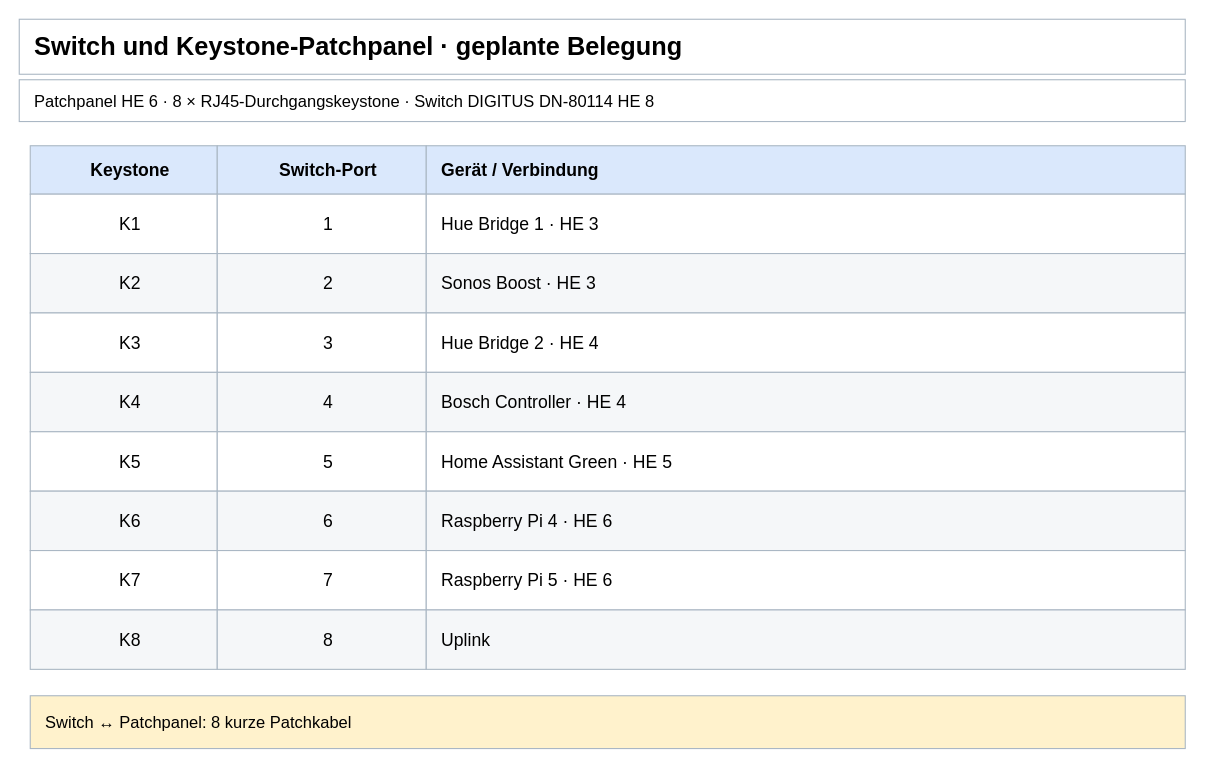
Before: page "Switch und Patchpanel" (5 of 5) of 10-zoll-rack-planung.drawio in tiptronic/diagrams, a draw.io diagram. Source tidied: cells renumbered, new cells numbered last; positions are measured from the earlier drawing's top-left corner, leaving out a move shared by most shapes. Both pictures are drawn from the tidied source at 110%, with x=0, y=0 at pixel (19, 19).
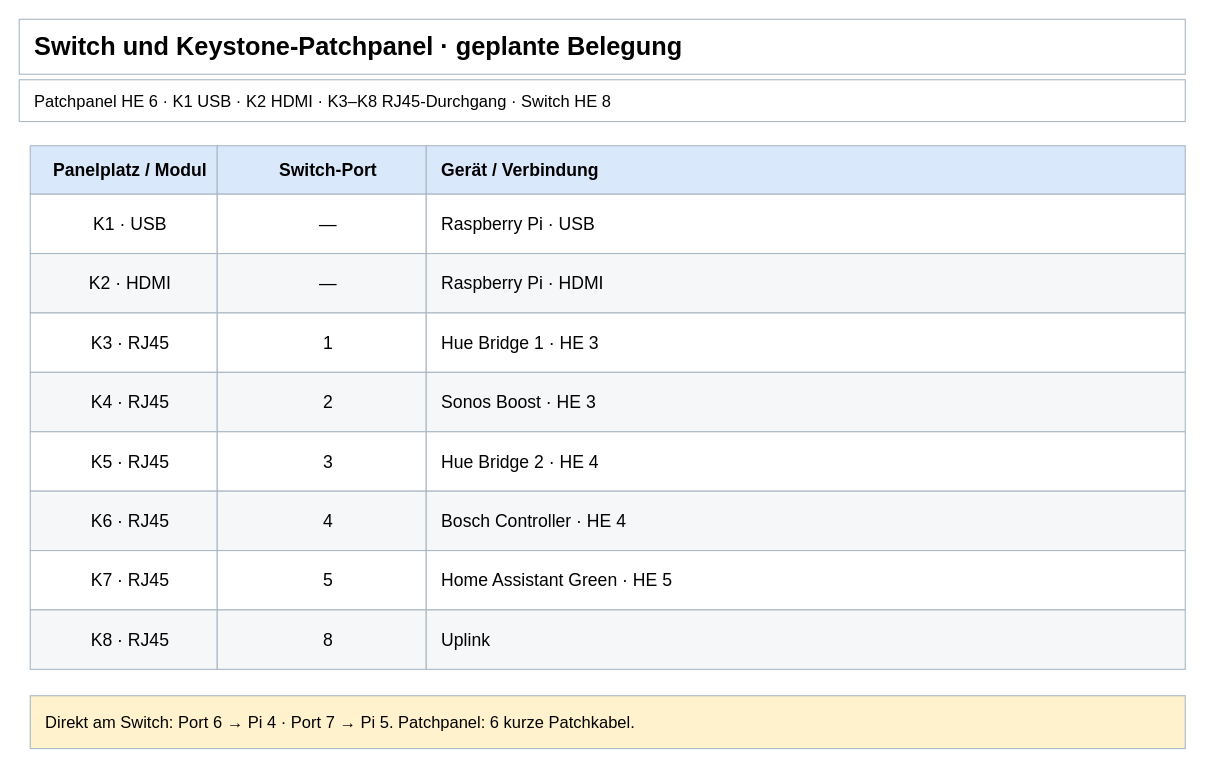
After the change.

Commit message (it also covers changes not shown here):
Reserve first patch panel slots for Pi USB and HDMI

Change to the diagram source:
```diff
@@
-    <mxCell id="3" value="Patchpanel HE 6 · 8 × RJ45-Durchgangskeystone · Switch DIGITUS DN-80114 HE 8" style="rounded=0;whiteSpace=wrap;html=1;align=left;verticalAlign=middle;spacingLeft=12;strokeWidth=1;fontSize=15;fillColor=#ffffff;strokeColor=#aab7c4;" parent="1" vertex="1">
+    <mxCell id="3" value="Patchpanel HE 6 · K1 USB · K2 HDMI · K3–K8 RJ45-Durchgang · Switch HE 8" style="rounded=0;whiteSpace=wrap;html=1;align=left;verticalAlign=middle;spacingLeft=12;strokeWidth=1;fontSize=15;fillColor=#ffffff;strokeColor=#aab7c4;" parent="1" vertex="1">
       <mxGeometry y="55" width="1060" height="38" as="geometry" />
     </mxCell>
-    <mxCell id="4" value="Keystone" style="rounded=0;whiteSpace=wrap;html=1;align=center;verticalAlign=middle;spacingLeft=12;strokeWidth=1;fontSize=16;fillColor=#dae8fc;strokeColor=#aab7c4;fontStyle=1;" parent="1" vertex="1">
+    <mxCell id="4" value="Panelplatz / Modul" style="rounded=0;whiteSpace=wrap;html=1;align=center;verticalAlign=middle;spacingLeft=12;strokeWidth=1;fontSize=16;fillColor=#dae8fc;strokeColor=#aab7c4;fontStyle=1;" parent="1" vertex="1">
       <mxGeometry x="10" y="115" width="170" height="44" as="geometry" />
     </mxCell>
@@
-    <mxCell id="7" value="K1" style="rounded=0;whiteSpace=wrap;html=1;align=center;verticalAlign=middle;spacingLeft=12;strokeWidth=1;fontSize=16;fillColor=#ffffff;strokeColor=#aab7c4;" parent="1" vertex="1">
+    <mxCell id="7" value="K1 · USB" style="rounded=0;whiteSpace=wrap;html=1;align=center;verticalAlign=middle;spacingLeft=12;strokeWidth=1;fontSize=16;fillColor=#ffffff;strokeColor=#aab7c4;" parent="1" vertex="1">
       <mxGeometry x="10" y="159" width="170" height="54" as="geometry" />
     </mxCell>
-    <mxCell id="8" value="1" style="rounded=0;whiteSpace=wrap;html=1;align=center;verticalAlign=middle;spacingLeft=12;strokeWidth=1;fontSize=16;fillColor=#ffffff;strokeColor=#aab7c4;" parent="1" vertex="1">
+    <mxCell id="8" value="—" style="rounded=0;whiteSpace=wrap;html=1;align=center;verticalAlign=middle;spacingLeft=12;strokeWidth=1;fontSize=16;fillColor=#ffffff;strokeColor=#aab7c4;" parent="1" vertex="1">
       <mxGeometry x="180" y="159" width="190" height="54" as="geometry" />
     </mxCell>
-    <mxCell id="9" value="Hue Bridge 1 · HE 3" style="rounded=0;whiteSpace=wrap;html=1;align=left;verticalAlign=middle;spacingLeft=12;strokeWidth=1;fontSize=16;fillColor=#ffffff;strokeColor=#aab7c4;" parent="1" vertex="1">
+    <mxCell id="9" value="Raspberry Pi · USB" style="rounded=0;whiteSpace=wrap;html=1;align=left;verticalAlign=middle;spacingLeft=12;strokeWidth=1;fontSize=16;fillColor=#ffffff;strokeColor=#aab7c4;" parent="1" vertex="1">
       <mxGeometry x="370" y="159" width="690" height="54" as="geometry" />
     </mxCell>
-    <mxCell id="10" value="K2" style="rounded=0;whiteSpace=wrap;html=1;align=center;verticalAlign=middle;spacingLeft=12;strokeWidth=1;fontSize=16;fillColor=#f5f7f9;strokeColor=#aab7c4;" parent="1" vertex="1">
+    <mxCell id="10" value="K2 · HDMI" style="rounded=0;whiteSpace=wrap;html=1;align=center;verticalAlign=middle;spacingLeft=12;strokeWidth=1;fontSize=16;fillColor=#f5f7f9;strokeColor=#aab7c4;" parent="1" vertex="1">
       <mxGeometry x="10" y="213" width="170" height="54" as="geometry" />
     </mxCell>
-    <mxCell id="11" value="2" style="rounded=0;whiteSpace=wrap;html=1;align=center;verticalAlign=middle;spacingLeft=12;strokeWidth=1;fontSize=16;fillColor=#f5f7f9;strokeColor=#aab7c4;" parent="1" vertex="1">
+    <mxCell id="11" value="—" style="rounded=0;whiteSpace=wrap;html=1;align=center;verticalAlign=middle;spacingLeft=12;strokeWidth=1;fontSize=16;fillColor=#f5f7f9;strokeColor=#aab7c4;" parent="1" vertex="1">
       <mxGeometry x="180" y="213" width="190" height="54" as="geometry" />
     </mxCell>
-    <mxCell id="12" value="Sonos Boost · HE 3" style="rounded=0;whiteSpace=wrap;html=1;align=left;verticalAlign=middle;spacingLeft=12;strokeWidth=1;fontSize=16;fillColor=#f5f7f9;strokeColor=#aab7c4;" parent="1" vertex="1">
+    <mxCell id="12" value="Raspberry Pi · HDMI" style="rounded=0;whiteSpace=wrap;html=1;align=left;verticalAlign=middle;spacingLeft=12;strokeWidth=1;fontSize=16;fillColor=#f5f7f9;strokeColor=#aab7c4;" parent="1" vertex="1">
       <mxGeometry x="370" y="213" width="690" height="54" as="geometry" />
     </mxCell>
-    <mxCell id="13" value="K3" style="rounded=0;whiteSpace=wrap;html=1;align=center;verticalAlign=middle;spacingLeft=12;strokeWidth=1;fontSize=16;fillColor=#ffffff;strokeColor=#aab7c4;" parent="1" vertex="1">
+    <mxCell id="13" value="K3 · RJ45" style="rounded=0;whiteSpace=wrap;html=1;align=center;verticalAlign=middle;spacingLeft=12;strokeWidth=1;fontSize=16;fillColor=#ffffff;strokeColor=#aab7c4;" parent="1" vertex="1">
       <mxGeometry x="10" y="267" width="170" height="54" as="geometry" />
     </mxCell>
-    <mxCell id="14" value="3" style="rounded=0;whiteSpace=wrap;html=1;align=center;verticalAlign=middle;spacingLeft=12;strokeWidth=1;fontSize=16;fillColor=#ffffff;strokeColor=#aab7c4;" parent="1" vertex="1">
+    <mxCell id="14" value="1" style="rounded=0;whiteSpace=wrap;html=1;align=center;verticalAlign=middle;spacingLeft=12;strokeWidth=1;fontSize=16;fillColor=#ffffff;strokeColor=#aab7c4;" parent="1" vertex="1">
       <mxGeometry x="180" y="267" width="190" height="54" as="geometry" />
     </mxCell>
-    <mxCell id="15" value="Hue Bridge 2 · HE 4" style="rounded=0;whiteSpace=wrap;html=1;align=left;verticalAlign=middle;spacingLeft=12;strokeWidth=1;fontSize=16;fillColor=#ffffff;strokeColor=#aab7c4;" parent="1" vertex="1">
+    <mxCell id="15" value="Hue Bridge 1 · HE 3" style="rounded=0;whiteSpace=wrap;html=1;align=left;verticalAlign=middle;spacingLeft=12;strokeWidth=1;fontSize=16;fillColor=#ffffff;strokeColor=#aab7c4;" parent="1" vertex="1">
       <mxGeometry x="370" y="267" width="690" height="54" as="geometry" />
     </mxCell>
-    <mxCell id="16" value="K4" style="rounded=0;whiteSpace=wrap;html=1;align=center;verticalAlign=middle;spacingLeft=12;strokeWidth=1;fontSize=16;fillColor=#f5f7f9;strokeColor=#aab7c4;" parent="1" vertex="1">
+    <mxCell id="16" value="K4 · RJ45" style="rounded=0;whiteSpace=wrap;html=1;align=center;verticalAlign=middle;spacingLeft=12;strokeWidth=1;fontSize=16;fillColor=#f5f7f9;strokeColor=#aab7c4;" parent="1" vertex="1">
       <mxGeometry x="10" y="321" width="170" height="54" as="geometry" />
     </mxCell>
-    <mxCell id="17" value="4" style="rounded=0;whiteSpace=wrap;html=1;align=center;verticalAlign=middle;spacingLeft=12;strokeWidth=1;fontSize=16;fillColor=#f5f7f9;strokeColor=#aab7c4;" parent="1" vertex="1">
+    <mxCell id="17" value="2" style="rounded=0;whiteSpace=wrap;html=1;align=center;verticalAlign=middle;spacingLeft=12;strokeWidth=1;fontSize=16;fillColor=#f5f7f9;strokeColor=#aab7c4;" parent="1" vertex="1">
       <mxGeometry x="180" y="321" width="190" height="54" as="geometry" />
     </mxCell>
-    <mxCell id="18" value="Bosch Controller · HE 4" style="rounded=0;whiteSpace=wrap;html=1;align=left;verticalAlign=middle;spacingLeft=12;strokeWidth=1;fontSize=16;fillColor=#f5f7f9;strokeColor=#aab7c4;" parent="1" vertex="1">
+    <mxCell id="18" value="Sonos Boost · HE 3" style="rounded=0;whiteSpace=wrap;html=1;align=left;verticalAlign=middle;spacingLeft=12;strokeWidth=1;fontSize=16;fillColor=#f5f7f9;strokeColor=#aab7c4;" parent="1" vertex="1">
       <mxGeometry x="370" y="321" width="690" height="54" as="geometry" />
     </mxCell>
-    <mxCell id="19" value="K5" style="rounded=0;whiteSpace=wrap;html=1;align=center;verticalAlign=middle;spacingLeft=12;strokeWidth=1;fontSize=16;fillColor=#ffffff;strokeColor=#aab7c4;" parent="1" vertex="1">
+    <mxCell id="19" value="K5 · RJ45" style="rounded=0;whiteSpace=wrap;html=1;align=center;verticalAlign=middle;spacingLeft=12;strokeWidth=1;fontSize=16;fillColor=#ffffff;strokeColor=#aab7c4;" parent="1" vertex="1">
       <mxGeometry x="10" y="375" width="170" height="54" as="geometry" />
     </mxCell>
-    <mxCell id="20" value="5" style="rounded=0;whiteSpace=wrap;html=1;align=center;verticalAlign=middle;spacingLeft=12;strokeWidth=1;fontSize=16;fillColor=#ffffff;strokeColor=#aab7c4;" parent="1" vertex="1">
+    <mxCell id="20" value="3" style="rounded=0;whiteSpace=wrap;html=1;align=center;verticalAlign=middle;spacingLeft=12;strokeWidth=1;fontSize=16;fillColor=#ffffff;strokeColor=#aab7c4;" parent="1" vertex="1">
       <mxGeometry x="180" y="375" width="190" height="54" as="geometry" />
     </mxCell>
-    <mxCell id="21" value="Home Assistant Green · HE 5" style="rounded=0;whiteSpace=wrap;html=1;align=left;verticalAlign=middle;spacingLeft=12;strokeWidth=1;fontSize=16;fillColor=#ffffff;strokeColor=#aab7c4;" parent="1" vertex="1">
+    <mxCell id="21" value="Hue Bridge 2 · HE 4" style="rounded=0;whiteSpace=wrap;html=1;align=left;verticalAlign=middle;spacingLeft=12;strokeWidth=1;fontSize=16;fillColor=#ffffff;strokeColor=#aab7c4;" parent="1" vertex="1">
       <mxGeometry x="370" y="375" width="690" height="54" as="geometry" />
     </mxCell>
-    <mxCell id="22" value="K6" style="rounded=0;whiteSpace=wrap;html=1;align=center;verticalAlign=middle;spacingLeft=12;strokeWidth=1;fontSize=16;fillColor=#f5f7f9;strokeColor=#aab7c4;" parent="1" vertex="1">
+    <mxCell id="22" value="K6 · RJ45" style="rounded=0;whiteSpace=wrap;html=1;align=center;verticalAlign=middle;spacingLeft=12;strokeWidth=1;fontSize=16;fillColor=#f5f7f9;strokeColor=#aab7c4;" parent="1" vertex="1">
       <mxGeometry x="10" y="429" width="170" height="54" as="geometry" />
     </mxCell>
-    <mxCell id="23" value="6" style="rounded=0;whiteSpace=wrap;html=1;align=center;verticalAlign=middle;spacingLeft=12;strokeWidth=1;fontSize=16;fillColor=#f5f7f9;strokeColor=#aab7c4;" parent="1" vertex="1">
+    <mxCell id="23" value="4" style="rounded=0;whiteSpace=wrap;html=1;align=center;verticalAlign=middle;spacingLeft=12;strokeWidth=1;fontSize=16;fillColor=#f5f7f9;strokeColor=#aab7c4;" parent="1" vertex="1">
       <mxGeometry x="180" y="429" width="190" height="54" as="geometry" />
     </mxCell>
-    <mxCell id="24" value="Raspberry Pi 4 · HE 6" style="rounded=0;whiteSpace=wrap;html=1;align=left;verticalAlign=middle;spacingLeft=12;strokeWidth=1;fontSize=16;fillColor=#f5f7f9;strokeColor=#aab7c4;" parent="1" vertex="1">
+    <mxCell id="24" value="Bosch Controller · HE 4" style="rounded=0;whiteSpace=wrap;html=1;align=left;verticalAlign=middle;spacingLeft=12;strokeWidth=1;fontSize=16;fillColor=#f5f7f9;strokeColor=#aab7c4;" parent="1" vertex="1">
       <mxGeometry x="370" y="429" width="690" height="54" as="geometry" />
     </mxCell>
-    <mxCell id="25" value="K7" style="rounded=0;whiteSpace=wrap;html=1;align=center;verticalAlign=middle;spacingLeft=12;strokeWidth=1;fontSize=16;fillColor=#ffffff;strokeColor=#aab7c4;" parent="1" vertex="1">
+    <mxCell id="25" value="K7 · RJ45" style="rounded=0;whiteSpace=wrap;html=1;align=center;verticalAlign=middle;spacingLeft=12;strokeWidth=1;fontSize=16;fillColor=#ffffff;strokeColor=#aab7c4;" parent="1" vertex="1">
       <mxGeometry x="10" y="483" width="170" height="54" as="geometry" />
     </mxCell>
-    <mxCell id="26" value="7" style="rounded=0;whiteSpace=wrap;html=1;align=center;verticalAlign=middle;spacingLeft=12;strokeWidth=1;fontSize=16;fillColor=#ffffff;strokeColor=#aab7c4;" parent="1" vertex="1">
+    <mxCell id="26" value="5" style="rounded=0;whiteSpace=wrap;html=1;align=center;verticalAlign=middle;spacingLeft=12;strokeWidth=1;fontSize=16;fillColor=#ffffff;strokeColor=#aab7c4;" parent="1" vertex="1">
       <mxGeometry x="180" y="483" width="190" height="54" as="geometry" />
     </mxCell>
-    <mxCell id="27" value="Raspberry Pi 5 · HE 6" style="rounded=0;whiteSpace=wrap;html=1;align=left;verticalAlign=middle;spacingLeft=12;strokeWidth=1;fontSize=16;fillColor=#ffffff;strokeColor=#aab7c4;" parent="1" vertex="1">
+    <mxCell id="27" value="Home Assistant Green · HE 5" style="rounded=0;whiteSpace=wrap;html=1;align=left;verticalAlign=middle;spacingLeft=12;strokeWidth=1;fontSize=16;fillColor=#ffffff;strokeColor=#aab7c4;" parent="1" vertex="1">
       <mxGeometry x="370" y="483" width="690" height="54" as="geometry" />
     </mxCell>
-    <mxCell id="28" value="K8" style="rounded=0;whiteSpace=wrap;html=1;align=center;verticalAlign=middle;spacingLeft=12;strokeWidth=1;fontSize=16;fillColor=#f5f7f9;strokeColor=#aab7c4;" parent="1" vertex="1">
+    <mxCell id="28" value="K8 · RJ45" style="rounded=0;whiteSpace=wrap;html=1;align=center;verticalAlign=middle;spacingLeft=12;strokeWidth=1;fontSize=16;fillColor=#f5f7f9;strokeColor=#aab7c4;" parent="1" vertex="1">
       <mxGeometry x="10" y="537" width="170" height="54" as="geometry" />
     </mxCell>
@@
-    <mxCell id="31" value="Switch ↔ Patchpanel: 8 kurze Patchkabel" style="rounded=0;whiteSpace=wrap;html=1;align=left;verticalAlign=middle;spacingLeft=12;strokeWidth=1;fontSize=15;fillColor=#fff2cc;strokeColor=#aab7c4;" parent="1" vertex="1">
+    <mxCell id="31" value="Direkt am Switch: Port 6 → Pi 4 · Port 7 → Pi 5. Patchpanel: 6 kurze Patchkabel." style="rounded=0;whiteSpace=wrap;html=1;align=left;verticalAlign=middle;spacingLeft=12;strokeWidth=1;fontSize=15;fillColor=#fff2cc;strokeColor=#aab7c4;" parent="1" vertex="1">
       <mxGeometry x="10" y="615" width="1050" height="48" as="geometry" />
     </mxCell>
```
